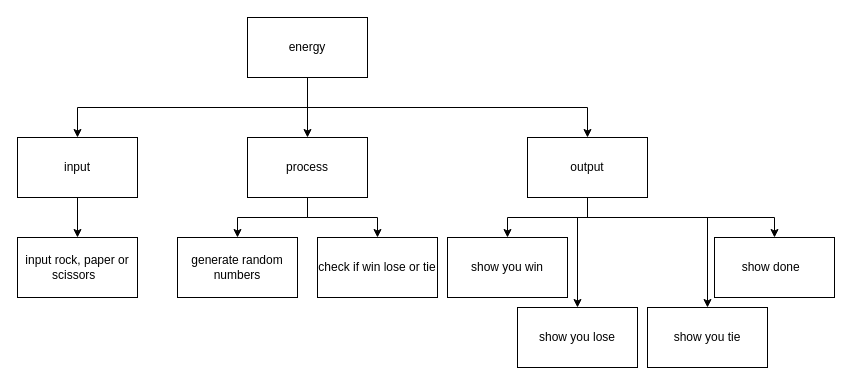
Above: topdown.drawio in devin-jhu/isc4u-assignment1-typescript (draw.io), before the change. Source tidied: cells renumbered, new cells numbered last; positions are measured from the earlier drawing's top-left corner, leaving out a move shared by most shapes. Both pictures are drawn from the tidied source at 100%, with x=0, y=0 at pixel (17, 17).
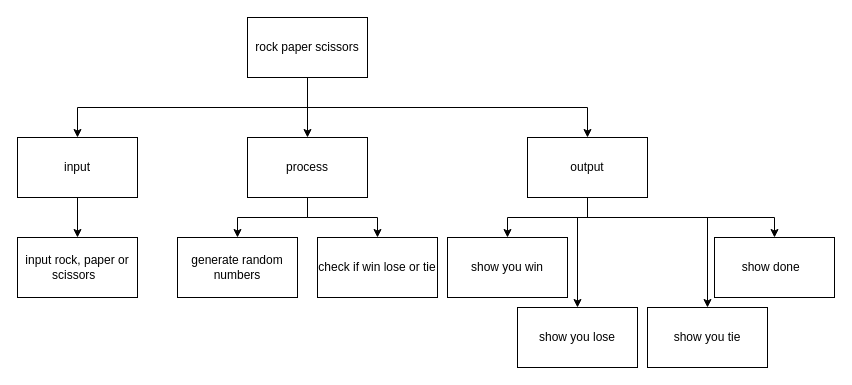
Above is the later version.

Diff of the diagram source:
```diff
@@
-    <mxCell id="5" value="energy" style="rounded=0;whiteSpace=wrap;html=1;" parent="1" vertex="1">
+    <mxCell id="5" value="rock paper scissors" style="rounded=0;whiteSpace=wrap;html=1;" parent="1" vertex="1">
       <mxGeometry x="230" width="120" height="60" as="geometry" />
     </mxCell>
```
